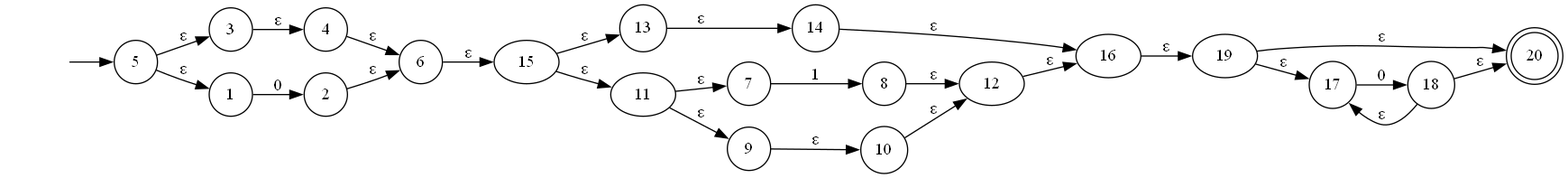
This is NFA.gv.png from oscarparedez/compiler-project-1, a Graphviz export, as it was before one commit. Its source is kept beside it as NFA.gv.
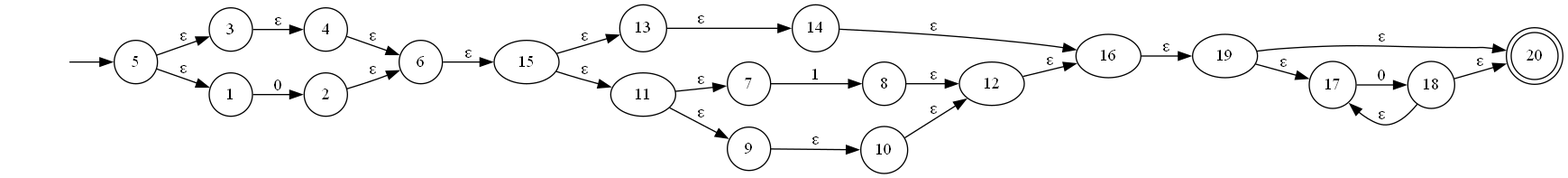
The same file after the commit.

What changed in the source:
```diff
@@ -2,31 +2,31 @@
 	graph [rankdir=LR]
 	"" [label="" shape=plaintext]
 	20 [label=20 shape=doublecircle]
+	4 [label=4 shape=circle]
 	7 [label=7 shape=circle]
-	4 [label=4 shape=circle]
 	8 [label=8 shape=circle]
+	2 [label=2 shape=circle]
+	14 [label=14 shape=circle]
+	3 [label=3 shape=circle]
+	13 [label=13 shape=circle]
+	9 [label=9 shape=circle]
+	10 [label=10 shape=circle]
+	6 [label=6 shape=circle]
+	5 [label=5 shape=circle]
 	18 [label=18 shape=circle]
-	6 [label=6 shape=circle]
-	13 [label=13 shape=circle]
-	3 [label=3 shape=circle]
+	17 [label=17 shape=circle]
 	1 [label=1 shape=circle]
-	2 [label=2 shape=circle]
-	5 [label=5 shape=circle]
-	10 [label=10 shape=circle]
-	17 [label=17 shape=circle]
-	14 [label=14 shape=circle]
-	9 [label=9 shape=circle]
 	"" -> 5 [label=""]
 	16 -> 19 [label="ε"]
 	6 -> 15 [label="ε"]
+	5 -> 3 [label="ε"]
 	5 -> 1 [label="ε"]
-	5 -> 3 [label="ε"]
 	2 -> 6 [label="ε"]
 	4 -> 6 [label="ε"]
 	1 -> 2 [label=0]
 	3 -> 4 [label="ε"]
+	15 -> 13 [label="ε"]
 	15 -> 11 [label="ε"]
-	15 -> 13 [label="ε"]
 	12 -> 16 [label="ε"]
 	14 -> 16 [label="ε"]
 	11 -> 7 [label="ε"]
```
